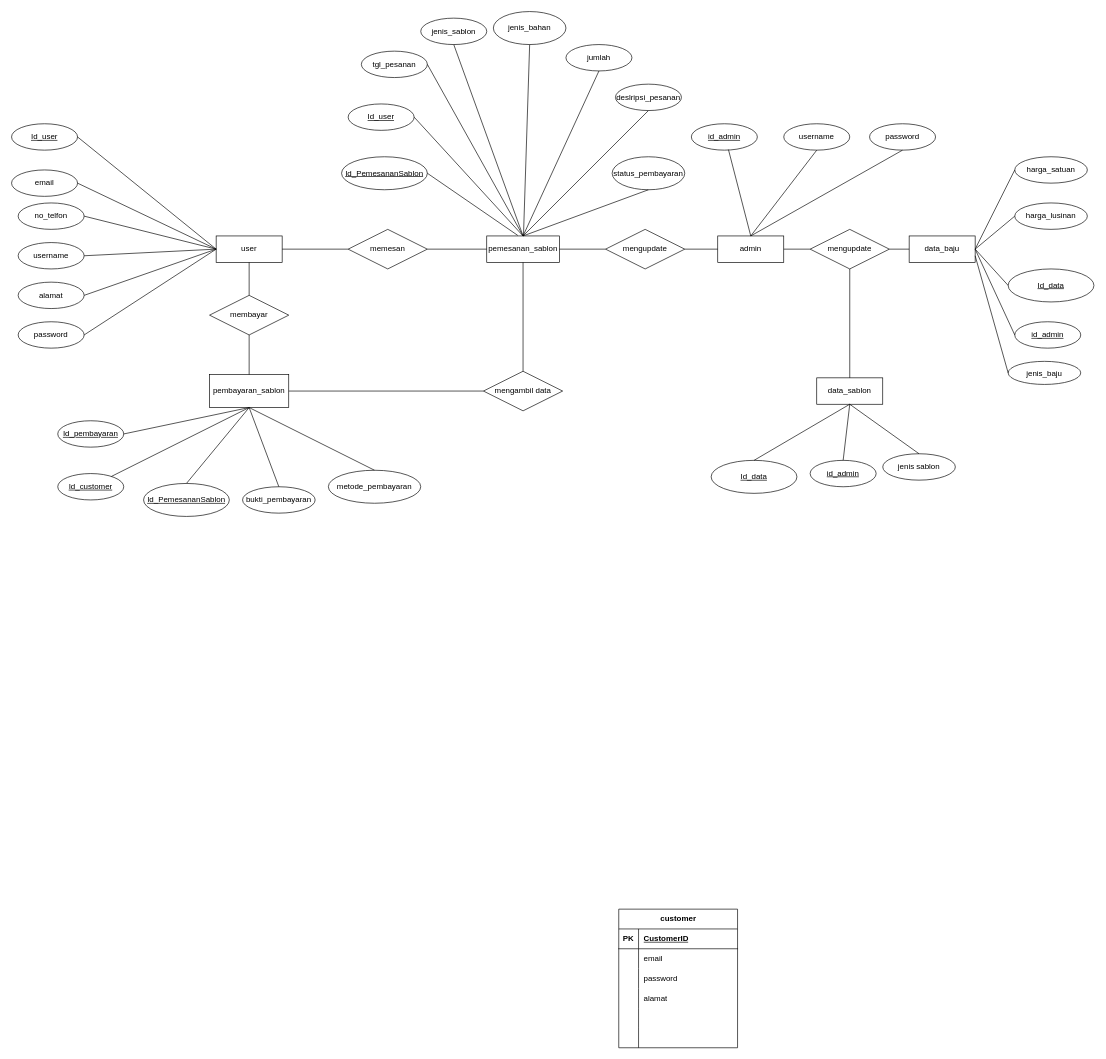
Above: ERD projek 1.drawio in zzarr/SC (draw.io), before the change. Source tidied: cells renumbered, new cells numbered last; positions are measured from the earlier drawing's top-left corner, leaving out a move shared by most shapes. Both pictures are drawn from the tidied source at 66%, with x=0, y=0 at pixel (11, 11).
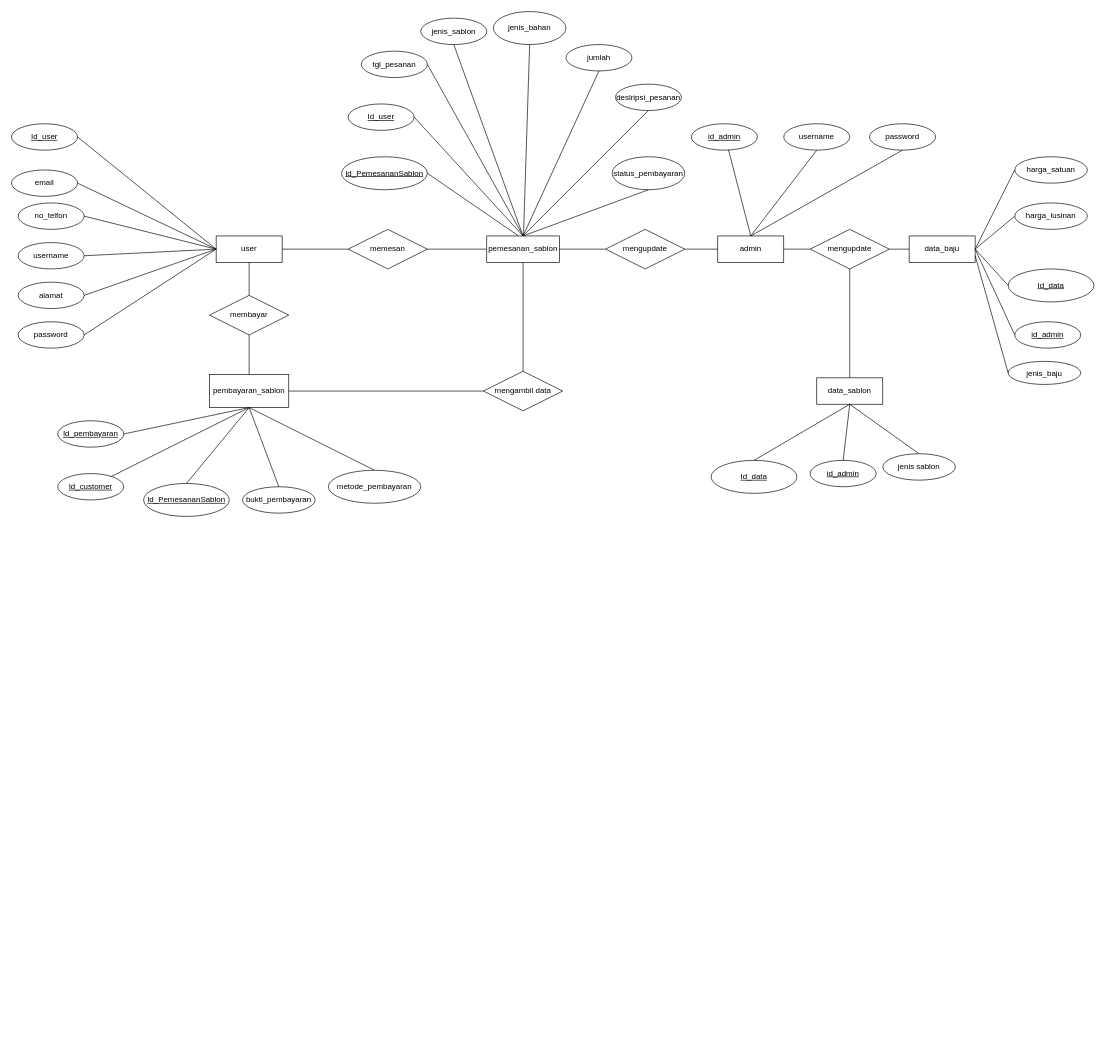
Above is the later version.

Change to the diagram source:
```diff
@@
-    <mxCell id="6" value="customer" style="shape=table;startSize=30;childLayout=tableLayout;rowLines=0;fontStyle=1;align=center;html=1;" parent="1" vertex="1">
-      <mxGeometry x="920" y="1360" width="180" height="210" as="geometry" />
-    </mxCell>
-    <mxCell id="7" style="shape=tableRow;horizontal=0;startSize=0;swimlaneHead=0;swimlaneBody=0;fillColor=none;top=0;left=0;right=0;bottom=1;" parent="6" vertex="1">
-      <mxGeometry y="30" width="180" height="30" as="geometry" />
-    </mxCell>
-    <mxCell id="8" value="PK" style="shape=partialRectangle;fillColor=none;top=0;left=0;bottom=0;right=0;fontStyle=1;overflow=hidden;whiteSpace=wrap;html=1;" parent="7" vertex="1">
-      <mxGeometry width="30" height="30" as="geometry" />
-    </mxCell>
-    <mxCell id="9" value="CustomerID" style="shape=partialRectangle;fillColor=none;top=0;left=0;bottom=0;right=0;align=left;spacingLeft=6;fontStyle=5;overflow=hidden;whiteSpace=wrap;html=1;" parent="7" vertex="1">
-      <mxGeometry x="30" width="150" height="30" as="geometry" />
-    </mxCell>
-    <mxCell id="10" style="shape=tableRow;horizontal=0;startSize=0;swimlaneHead=0;swimlaneBody=0;fillColor=none;top=0;left=0;right=0;bottom=0;" parent="6" vertex="1">
-      <mxGeometry y="60" width="180" height="30" as="geometry" />
-    </mxCell>
-    <mxCell id="11" style="shape=partialRectangle;fillColor=none;top=0;left=0;bottom=0;right=0;overflow=hidden;whiteSpace=wrap;html=1;" parent="10" vertex="1">
-      <mxGeometry width="30" height="30" as="geometry" />
-    </mxCell>
-    <mxCell id="12" value="email" style="shape=partialRectangle;fillColor=none;top=0;left=0;bottom=0;right=0;align=left;spacingLeft=6;overflow=hidden;whiteSpace=wrap;html=1;" parent="10" vertex="1">
-      <mxGeometry x="30" width="150" height="30" as="geometry" />
-    </mxCell>
-    <mxCell id="13" style="shape=tableRow;horizontal=0;startSize=0;swimlaneHead=0;swimlaneBody=0;fillColor=none;top=0;left=0;right=0;bottom=0;" parent="6" vertex="1">
-      <mxGeometry y="90" width="180" height="30" as="geometry" />
-    </mxCell>
-    <mxCell id="14" style="shape=partialRectangle;fillColor=none;top=0;left=0;bottom=0;right=0;overflow=hidden;whiteSpace=wrap;html=1;" parent="13" vertex="1">
-      <mxGeometry width="30" height="30" as="geometry" />
-    </mxCell>
-    <mxCell id="15" value="password" style="shape=partialRectangle;fillColor=none;top=0;left=0;bottom=0;right=0;align=left;spacingLeft=6;overflow=hidden;whiteSpace=wrap;html=1;" parent="13" vertex="1">
-      <mxGeometry x="30" width="150" height="30" as="geometry" />
-    </mxCell>
-    <mxCell id="16" style="shape=tableRow;horizontal=0;startSize=0;swimlaneHead=0;swimlaneBody=0;fillColor=none;top=0;left=0;right=0;bottom=0;" parent="6" vertex="1">
-      <mxGeometry y="120" width="180" height="30" as="geometry" />
-    </mxCell>
-    <mxCell id="17" style="shape=partialRectangle;fillColor=none;top=0;left=0;bottom=0;right=0;overflow=hidden;whiteSpace=wrap;html=1;" parent="16" vertex="1">
-      <mxGeometry width="30" height="30" as="geometry" />
-    </mxCell>
-    <mxCell id="18" value="alamat" style="shape=partialRectangle;fillColor=none;top=0;left=0;bottom=0;right=0;align=left;spacingLeft=6;overflow=hidden;whiteSpace=wrap;html=1;" parent="16" vertex="1">
-      <mxGeometry x="30" width="150" height="30" as="geometry" />
-    </mxCell>
-    <mxCell id="19" style="shape=tableRow;horizontal=0;startSize=0;swimlaneHead=0;swimlaneBody=0;fillColor=none;top=0;left=0;right=0;bottom=0;" parent="6" vertex="1">
-      <mxGeometry y="150" width="180" height="30" as="geometry" />
-    </mxCell>
-    <mxCell id="20" style="shape=partialRectangle;fillColor=none;top=0;left=0;bottom=0;right=0;overflow=hidden;whiteSpace=wrap;html=1;" parent="19" vertex="1">
-      <mxGeometry width="30" height="30" as="geometry" />
-    </mxCell>
-    <mxCell id="21" style="shape=partialRectangle;fillColor=none;top=0;left=0;bottom=0;right=0;align=left;spacingLeft=6;overflow=hidden;whiteSpace=wrap;html=1;" parent="19" vertex="1">
-      <mxGeometry x="30" width="150" height="30" as="geometry" />
-    </mxCell>
-    <mxCell id="22" style="shape=tableRow;horizontal=0;startSize=0;swimlaneHead=0;swimlaneBody=0;fillColor=none;top=0;left=0;right=0;bottom=0;" parent="6" vertex="1">
-      <mxGeometry y="180" width="180" height="30" as="geometry" />
-    </mxCell>
-    <mxCell id="23" style="shape=partialRectangle;fillColor=none;top=0;left=0;bottom=0;right=0;overflow=hidden;whiteSpace=wrap;html=1;" parent="22" vertex="1">
-      <mxGeometry width="30" height="30" as="geometry" />
-    </mxCell>
-    <mxCell id="24" style="shape=partialRectangle;fillColor=none;top=0;left=0;bottom=0;right=0;align=left;spacingLeft=6;overflow=hidden;whiteSpace=wrap;html=1;" parent="22" vertex="1">
-      <mxGeometry x="30" width="150" height="30" as="geometry" />
-    </mxCell>
```
